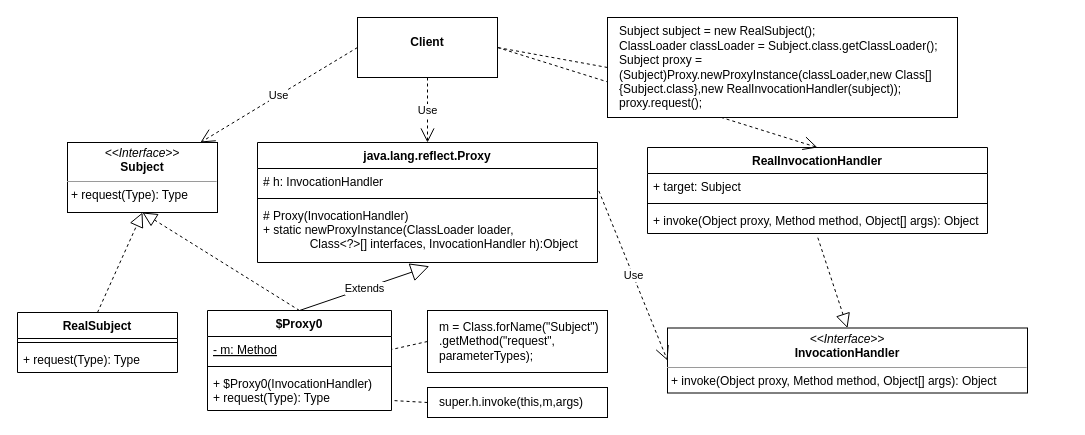
Above: JAVA语言基础/pics/jdkproxy.drawio in binggouxsm/JAVA-Reference (draw.io), before the change. Source tidied: cells renumbered, new cells numbered last; positions are measured from the earlier drawing's top-left corner, leaving out a move shared by most shapes. Both pictures are drawn from the tidied source at 100%, with x=0, y=0 at pixel (17, 17).
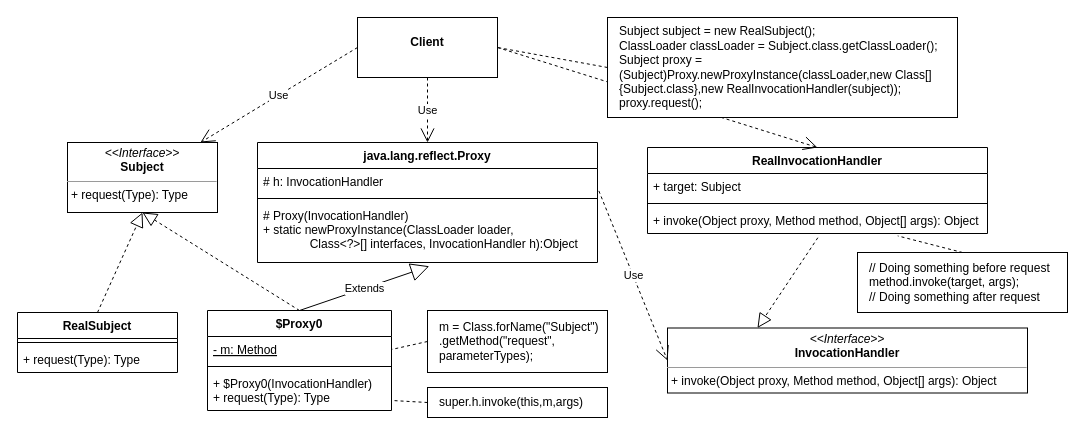
Above is the later version.

The change refers to these unchanged cells:
```xml
<mxCell id="19" value="&lt;p style=&quot;margin: 0px ; margin-top: 4px ; text-align: center&quot;&gt;&lt;i&gt;&amp;lt;&amp;lt;Interface&amp;gt;&amp;gt;&lt;/i&gt;&lt;br&gt;&lt;b&gt;InvocationHandler&lt;/b&gt;&lt;br&gt;&lt;/p&gt;&lt;hr size=&quot;1&quot;&gt;&lt;p style=&quot;margin: 0px ; margin-left: 4px&quot;&gt;&lt;/p&gt;&lt;p style=&quot;margin: 0px ; margin-left: 4px&quot;&gt;+ invoke(Object proxy, Method method, Object[] args): Object&lt;br&gt;&lt;/p&gt;" style="verticalAlign=top;align=left;overflow=fill;fontSize=12;fontFamily=Helvetica;html=1;" parent="1" vertex="1">
  <mxGeometry x="650" y="310.5" width="360" height="65" as="geometry" />
</mxCell>
<mxCell id="23" value="+ invoke(Object proxy, Method method, Object[] args): Object" style="text;strokeColor=none;fillColor=none;align=left;verticalAlign=top;spacingLeft=4;spacingRight=4;overflow=hidden;points=[[0,0.5],[1,0.5]];portConstraint=eastwest;" parent="20" vertex="1">
  <mxGeometry y="60" width="340" height="26" as="geometry" />
</mxCell>
```

Change to the diagram source:
```diff
@@
-    <mxCell id="28" style="endArrow=block;dashed=1;endFill=0;endSize=12;html=1;entryX=0.5;entryY=0;entryDx=0;entryDy=0;exitX=0.501;exitY=1.162;exitDx=0;exitDy=0;exitPerimeter=0;" parent="1" edge="1" source="23" target="19">
+    <mxCell id="28" style="endArrow=block;dashed=1;endFill=0;endSize=12;html=1;entryX=0.25;entryY=0;entryDx=0;entryDy=0;exitX=0.501;exitY=1.162;exitDx=0;exitDy=0;exitPerimeter=0;" parent="1" edge="1" source="23" target="19">
       <mxGeometry relative="1" as="geometry" />
     </mxCell>
@@
+    <mxCell id="34" value="&lt;div&gt;// Doing something before request&amp;nbsp;&lt;/div&gt;&lt;div&gt;&lt;span&gt;&#9;&#9;&lt;/span&gt;method.invoke(target, args);&lt;/div&gt;&lt;div&gt;&lt;span&gt;&#9;&#9;&lt;/span&gt;// Doing something after request&lt;/div&gt;" style="rounded=0;whiteSpace=wrap;html=1;align=left;spacingLeft=10;" parent="1" vertex="1">
+      <mxGeometry x="840" y="235" width="210" height="60" as="geometry" />
+    </mxCell>
+    <mxCell id="35" style="endArrow=none;dashed=1;html=1;exitX=0.5;exitY=0;exitDx=0;exitDy=0;entryX=0.736;entryY=1.092;entryDx=0;entryDy=0;entryPerimeter=0;" parent="1" edge="1" source="34" target="23">
+      <mxGeometry relative="1" as="geometry" />
+    </mxCell>
```
